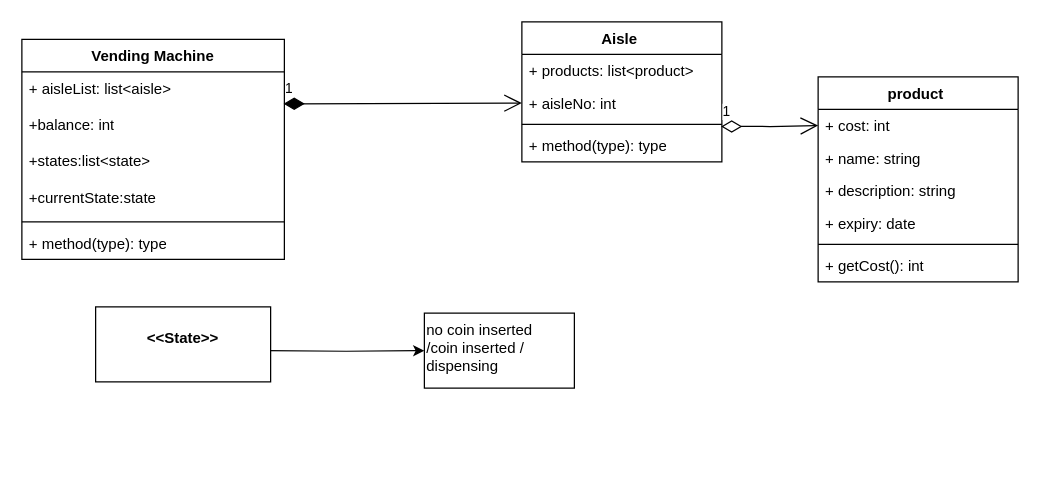
This is LLD.drawio from DMohanty99/LLD, a draw.io file, before an edit. Source tidied: cells renumbered, new cells numbered last; positions are measured from the earlier drawing's top-left corner, leaving out a move shared by most shapes. Both pictures are drawn from the tidied source at 125%, with x=0, y=0 at pixel (21, 21).
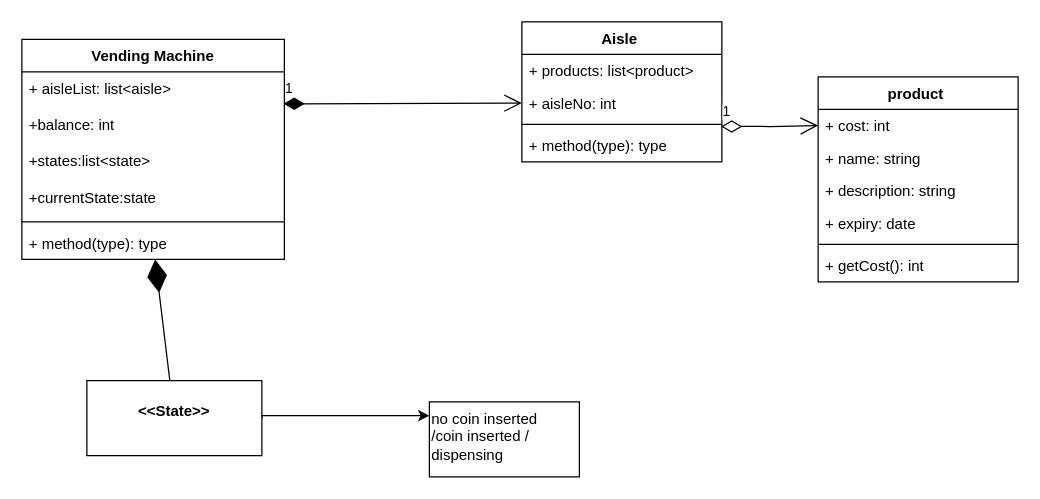
The same diagram, later.

The change refers to these unchanged cells:
```xml
<mxCell id="8" value="+ method(type): type" style="text;strokeColor=none;fillColor=none;align=left;verticalAlign=top;spacingLeft=4;spacingRight=4;overflow=hidden;points=[[0,0.5],[1,0.5]];portConstraint=eastwest;whiteSpace=wrap;html=1;" parent="2" vertex="1">
  <mxGeometry y="150" width="210" height="26" as="geometry" />
</mxCell>
```

Diff of the diagram source:
```diff
@@
-    <mxCell id="23" style="edgeStyle=orthogonalEdgeStyle;rounded=0;jettySize=auto;html=1;" parent="1" edge="1" target="25">
+    <mxCell id="23" style="edgeStyle=orthogonalEdgeStyle;rounded=0;jettySize=auto;html=1;exitX=1;exitY=0.5;exitDx=0;exitDy=0;" parent="1" edge="1" source="24" target="25">
       <mxGeometry relative="1" as="geometry">
-        <mxPoint x="196" y="263" as="sourcePoint" />
+        <Array as="points">
+          <mxPoint x="192" y="315" />
+        </Array>
       </mxGeometry>
     </mxCell>
     <mxCell id="24" value="&lt;p style=&quot;margin:0px;margin-top:4px;text-align:center;&quot;&gt;&lt;br&gt;&lt;b&gt;&amp;lt;&amp;lt;State&amp;gt;&amp;gt;&lt;/b&gt;&lt;/p&gt;" style="verticalAlign=top;align=left;overflow=fill;html=1;whiteSpace=wrap;" parent="1" vertex="1">
-      <mxGeometry x="59" y="228" width="140" height="60" as="geometry" />
+      <mxGeometry x="52" y="287" width="140" height="60" as="geometry" />
     </mxCell>
     <mxCell id="25" value="no coin inserted&amp;nbsp;&lt;div&gt;/&lt;span style=&quot;background-color: initial;&quot;&gt;coin inserted /&lt;/span&gt;&lt;/div&gt;&lt;div&gt;dispensing&lt;/div&gt;" style="whiteSpace=wrap;html=1;align=left;verticalAlign=top;" parent="1" vertex="1">
-      <mxGeometry x="322" y="233" width="120" height="60" as="geometry" />
+      <mxGeometry x="326" y="304" width="120" height="60" as="geometry" />
     </mxCell>
+    <mxCell id="26" style="endArrow=diamondThin;endFill=1;endSize=24;html=1;rounded=0;" parent="1" edge="1" source="24" target="8">
+      <mxGeometry relative="1" as="geometry" />
+    </mxCell>
```
